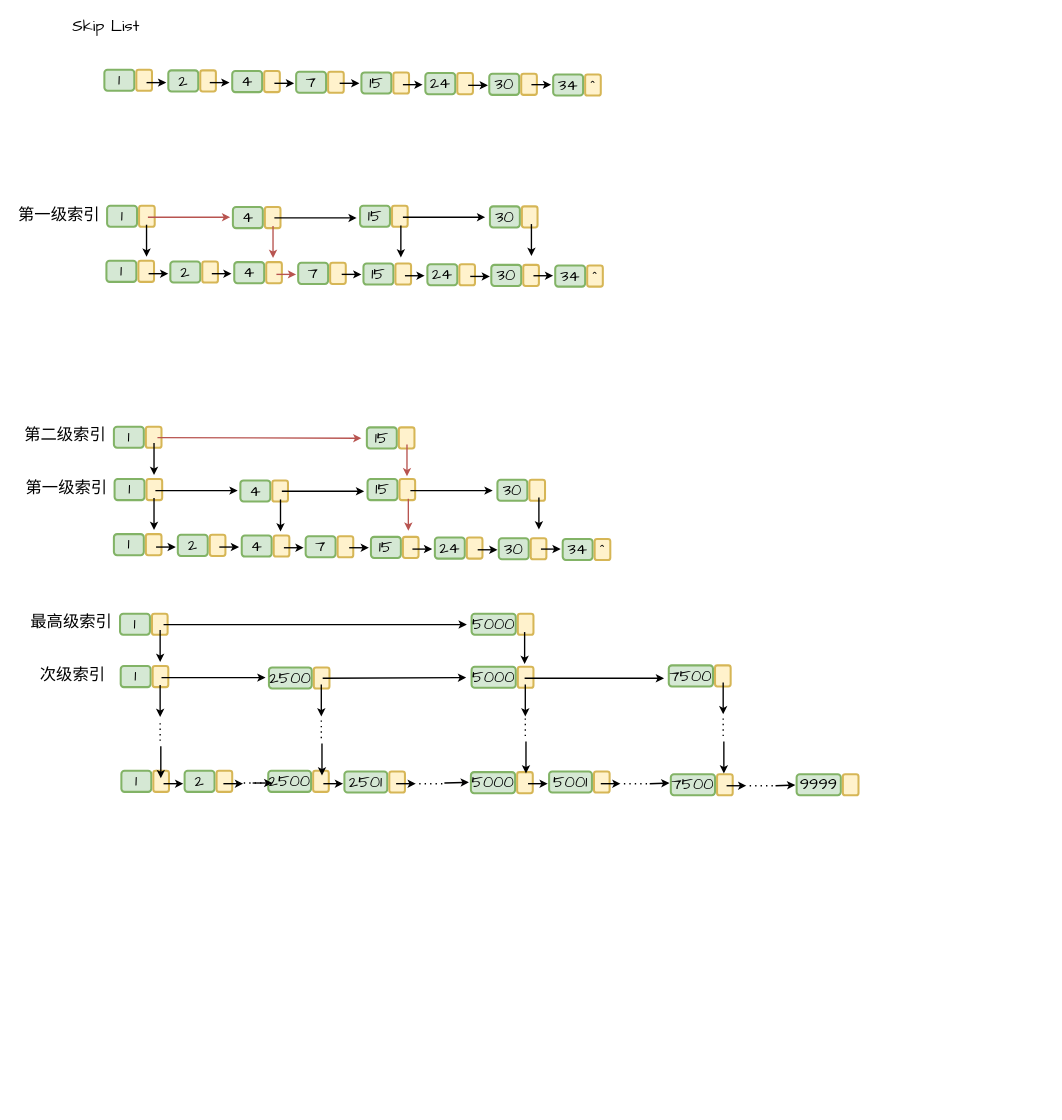
Above: paper.drawio in juruo-c/DrawIo (draw.io), before the change. Source tidied: cells renumbered, new cells numbered last; positions are measured from the earlier drawing's top-left corner, leaving out a move shared by most shapes. Both pictures are drawn from the tidied source at 68%, with x=0, y=0 at pixel (12, 12).
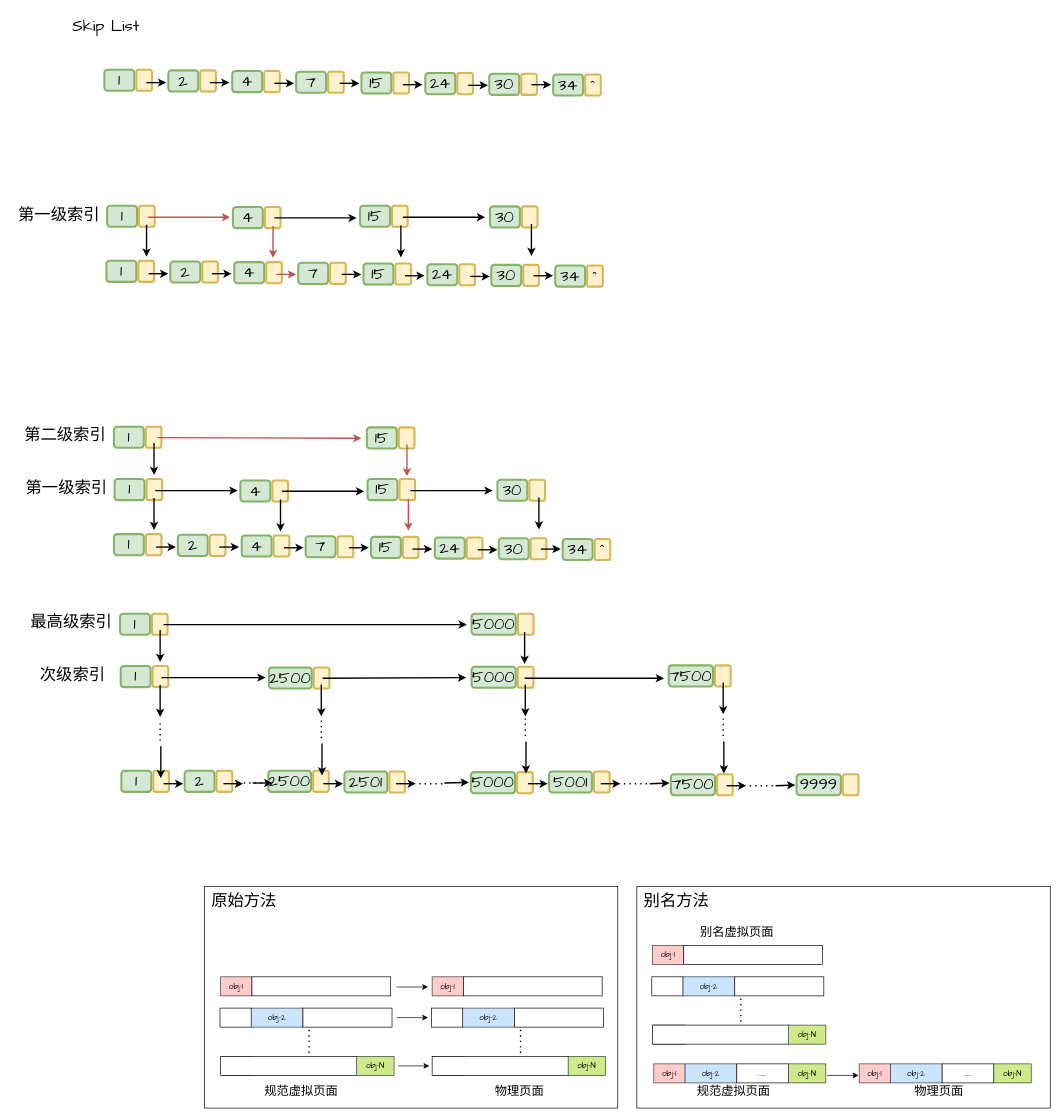
After the change.

Commit message:
alias page

Change to the diagram source:
```diff
@@
+    <mxCell id="175" style="rounded=0;whiteSpace=wrap;html=1;" parent="1" vertex="1">
+      <mxGeometry x="919" y="1286" width="608" height="326" as="geometry" />
+    </mxCell>
@@
+    <mxCell id="176" value="&lt;font face=&quot;Comic Sans MS&quot;&gt;obj-1&lt;/font&gt;" style="rounded=0;whiteSpace=wrap;html=1;fillColor=#ffcccc;strokeColor=#36393d;" parent="1" vertex="1">
+      <mxGeometry x="944" y="1547" width="46" height="28" as="geometry" />
+    </mxCell>
+    <mxCell id="177" value="&lt;font face=&quot;Comic Sans MS&quot;&gt;obj-2&lt;/font&gt;" style="rounded=0;whiteSpace=wrap;html=1;fillColor=#cce5ff;strokeColor=#36393d;" parent="1" vertex="1">
+      <mxGeometry x="990" y="1547" width="76" height="28" as="geometry" />
+    </mxCell>
+    <mxCell id="178" value="&lt;font face=&quot;Comic Sans MS&quot;&gt;.......&lt;/font&gt;" style="rounded=0;whiteSpace=wrap;html=1;" parent="1" vertex="1">
+      <mxGeometry x="1066" y="1547" width="76" height="28" as="geometry" />
+    </mxCell>
+    <mxCell id="179" value="&lt;font face=&quot;Comic Sans MS&quot;&gt;obj-N&lt;/font&gt;" style="rounded=0;whiteSpace=wrap;html=1;fillColor=#cdeb8b;strokeColor=#36393d;" parent="1" vertex="1">
+      <mxGeometry x="1142" y="1547" width="55" height="28" as="geometry" />
+    </mxCell>
+    <mxCell id="180" value="&lt;font face=&quot;Comic Sans MS&quot;&gt;&lt;span style=&quot;font-size: 24px;&quot;&gt;别名方法&lt;/span&gt;&lt;/font&gt;" style="text;html=1;align=center;verticalAlign=middle;strokeColor=none;fillColor=none;" parent="1" vertex="1">
+      <mxGeometry x="920" y="1287" width="114" height="41" as="geometry" />
+    </mxCell>
+    <mxCell id="181" value="&lt;font style=&quot;font-size: 18px;&quot; face=&quot;Comic Sans MS&quot;&gt;规范虚拟页面&lt;/font&gt;" style="text;html=1;align=center;verticalAlign=middle;strokeColor=none;fillColor=none;" parent="1" vertex="1">
+      <mxGeometry x="998" y="1571" width="126" height="34" as="geometry" />
+    </mxCell>
+    <mxCell id="182" value="&lt;font face=&quot;Comic Sans MS&quot;&gt;obj-1&lt;/font&gt;" style="rounded=0;whiteSpace=wrap;html=1;fillColor=#ffcccc;strokeColor=#36393d;" parent="1" vertex="1">
+      <mxGeometry x="1246" y="1547" width="46" height="28" as="geometry" />
+    </mxCell>
+    <mxCell id="183" value="&lt;font face=&quot;Comic Sans MS&quot;&gt;obj-2&lt;/font&gt;" style="rounded=0;whiteSpace=wrap;html=1;fillColor=#cce5ff;strokeColor=#36393d;" parent="1" vertex="1">
+      <mxGeometry x="1292" y="1547" width="76" height="28" as="geometry" />
+    </mxCell>
+    <mxCell id="184" value="&lt;font face=&quot;Comic Sans MS&quot;&gt;.......&lt;/font&gt;" style="rounded=0;whiteSpace=wrap;html=1;" parent="1" vertex="1">
+      <mxGeometry x="1368" y="1547" width="76" height="28" as="geometry" />
+    </mxCell>
+    <mxCell id="185" value="&lt;font face=&quot;Comic Sans MS&quot;&gt;obj-N&lt;/font&gt;" style="rounded=0;whiteSpace=wrap;html=1;fillColor=#cdeb8b;strokeColor=#36393d;" parent="1" vertex="1">
+      <mxGeometry x="1444" y="1547" width="55" height="28" as="geometry" />
+    </mxCell>
+    <mxCell id="186" value="&lt;font style=&quot;font-size: 18px;&quot; face=&quot;Comic Sans MS&quot;&gt;物理页面&lt;/font&gt;" style="text;html=1;align=center;verticalAlign=middle;strokeColor=none;fillColor=none;" parent="1" vertex="1">
+      <mxGeometry x="1318" y="1571" width="90" height="34" as="geometry" />
+    </mxCell>
+    <mxCell id="187" value="&lt;font face=&quot;Comic Sans MS&quot;&gt;obj-1&lt;/font&gt;" style="rounded=0;whiteSpace=wrap;html=1;fillColor=#ffcccc;strokeColor=#36393d;" parent="1" vertex="1">
+      <mxGeometry x="942" y="1373" width="46" height="28" as="geometry" />
+    </mxCell>
+    <mxCell id="188" style="rounded=0;whiteSpace=wrap;html=1;" parent="1" vertex="1">
+      <mxGeometry x="988" y="1373" width="204" height="28" as="geometry" />
+    </mxCell>
+    <mxCell id="189" value="&lt;font style=&quot;font-size: 18px;&quot; face=&quot;Comic Sans MS&quot;&gt;别名虚拟页面&lt;/font&gt;" style="text;html=1;align=center;verticalAlign=middle;strokeColor=none;fillColor=none;" parent="1" vertex="1">
+      <mxGeometry x="1003" y="1337" width="126" height="34" as="geometry" />
+    </mxCell>
+    <mxCell id="190" style="rounded=0;whiteSpace=wrap;html=1;" parent="1" vertex="1">
+      <mxGeometry x="941" y="1419" width="46" height="28" as="geometry" />
+    </mxCell>
+    <mxCell id="191" value="&lt;font face=&quot;Comic Sans MS&quot;&gt;obj-2&lt;/font&gt;" style="rounded=0;whiteSpace=wrap;html=1;fillColor=#cce5ff;strokeColor=#36393d;" parent="1" vertex="1">
+      <mxGeometry x="987" y="1419" width="76" height="28" as="geometry" />
+    </mxCell>
+    <mxCell id="192" style="rounded=0;whiteSpace=wrap;html=1;" parent="1" vertex="1">
+      <mxGeometry x="1063" y="1419" width="131" height="28" as="geometry" />
+    </mxCell>
+    <mxCell id="193" style="rounded=0;whiteSpace=wrap;html=1;" parent="1" vertex="1">
+      <mxGeometry x="944" y="1490" width="46" height="28" as="geometry" />
+    </mxCell>
+    <mxCell id="194" style="rounded=0;whiteSpace=wrap;html=1;" parent="1" vertex="1">
+      <mxGeometry x="942" y="1490" width="201" height="28" as="geometry" />
+    </mxCell>
+    <mxCell id="195" value="&lt;font face=&quot;Comic Sans MS&quot;&gt;obj-N&lt;/font&gt;" style="rounded=0;whiteSpace=wrap;html=1;fillColor=#cdeb8b;strokeColor=#36393d;" parent="1" vertex="1">
+      <mxGeometry x="1142" y="1490" width="55" height="28" as="geometry" />
+    </mxCell>
+    <mxCell id="196" style="endArrow=none;dashed=1;html=1;dashPattern=1 3;strokeWidth=2;rounded=0;" parent="1" edge="1">
+      <mxGeometry relative="1" as="geometry">
+        <mxPoint x="1072" y="1485" as="sourcePoint" />
+        <mxPoint x="1072" y="1448" as="targetPoint" />
+      </mxGeometry>
+    </mxCell>
+    <mxCell id="197" style="rounded=0;whiteSpace=wrap;html=1;" parent="1" vertex="1">
+      <mxGeometry x="283" y="1286" width="608" height="326" as="geometry" />
+    </mxCell>
+    <mxCell id="198" value="&lt;font face=&quot;Comic Sans MS&quot;&gt;&lt;span style=&quot;font-size: 24px;&quot;&gt;原始方法&lt;/span&gt;&lt;/font&gt;" style="text;html=1;align=center;verticalAlign=middle;strokeColor=none;fillColor=none;" parent="1" vertex="1">
+      <mxGeometry x="284" y="1287" width="114" height="41" as="geometry" />
+    </mxCell>
+    <mxCell id="199" value="&lt;font style=&quot;font-size: 18px;&quot; face=&quot;Comic Sans MS&quot;&gt;规范虚拟页面&lt;/font&gt;" style="text;html=1;align=center;verticalAlign=middle;strokeColor=none;fillColor=none;" parent="1" vertex="1">
+      <mxGeometry x="362" y="1571" width="126" height="34" as="geometry" />
+    </mxCell>
+    <mxCell id="200" value="&lt;font style=&quot;font-size: 18px;&quot; face=&quot;Comic Sans MS&quot;&gt;物理页面&lt;/font&gt;" style="text;html=1;align=center;verticalAlign=middle;strokeColor=none;fillColor=none;" parent="1" vertex="1">
+      <mxGeometry x="701" y="1570" width="90" height="34" as="geometry" />
+    </mxCell>
+    <mxCell id="201" value="&lt;font face=&quot;Comic Sans MS&quot;&gt;obj-1&lt;/font&gt;" style="rounded=0;whiteSpace=wrap;html=1;fillColor=#ffcccc;strokeColor=#36393d;" parent="1" vertex="1">
+      <mxGeometry x="307" y="1419" width="46" height="28" as="geometry" />
+    </mxCell>
+    <mxCell id="202" style="rounded=0;whiteSpace=wrap;html=1;" parent="1" vertex="1">
+      <mxGeometry x="353" y="1419" width="204" height="28" as="geometry" />
+    </mxCell>
+    <mxCell id="203" style="rounded=0;whiteSpace=wrap;html=1;" parent="1" vertex="1">
+      <mxGeometry x="306" y="1465" width="46" height="28" as="geometry" />
+    </mxCell>
+    <mxCell id="204" value="&lt;font face=&quot;Comic Sans MS&quot;&gt;obj-2&lt;/font&gt;" style="rounded=0;whiteSpace=wrap;html=1;fillColor=#cce5ff;strokeColor=#36393d;" parent="1" vertex="1">
+      <mxGeometry x="352" y="1465" width="76" height="28" as="geometry" />
+    </mxCell>
+    <mxCell id="205" style="rounded=0;whiteSpace=wrap;html=1;" parent="1" vertex="1">
+      <mxGeometry x="428" y="1465" width="131" height="28" as="geometry" />
+    </mxCell>
+    <mxCell id="206" style="rounded=0;whiteSpace=wrap;html=1;" parent="1" vertex="1">
+      <mxGeometry x="309" y="1536" width="46" height="28" as="geometry" />
+    </mxCell>
+    <mxCell id="207" style="rounded=0;whiteSpace=wrap;html=1;" parent="1" vertex="1">
+      <mxGeometry x="307" y="1536" width="201" height="28" as="geometry" />
+    </mxCell>
+    <mxCell id="208" value="&lt;font face=&quot;Comic Sans MS&quot;&gt;obj-N&lt;/font&gt;" style="rounded=0;whiteSpace=wrap;html=1;fillColor=#cdeb8b;strokeColor=#36393d;" parent="1" vertex="1">
+      <mxGeometry x="507" y="1536" width="55" height="28" as="geometry" />
+    </mxCell>
+    <mxCell id="209" style="endArrow=none;dashed=1;html=1;dashPattern=1 3;strokeWidth=2;rounded=0;" parent="1" edge="1">
+      <mxGeometry relative="1" as="geometry">
+        <mxPoint x="437" y="1531" as="sourcePoint" />
+        <mxPoint x="437" y="1494" as="targetPoint" />
+      </mxGeometry>
+    </mxCell>
+    <mxCell id="210" value="&lt;font face=&quot;Comic Sans MS&quot;&gt;obj-1&lt;/font&gt;" style="rounded=0;whiteSpace=wrap;html=1;fillColor=#ffcccc;strokeColor=#36393d;" parent="1" vertex="1">
+      <mxGeometry x="618" y="1419" width="46" height="28" as="geometry" />
+    </mxCell>
+    <mxCell id="211" style="rounded=0;whiteSpace=wrap;html=1;" parent="1" vertex="1">
+      <mxGeometry x="664" y="1419" width="204" height="28" as="geometry" />
+    </mxCell>
+    <mxCell id="212" style="rounded=0;whiteSpace=wrap;html=1;" parent="1" vertex="1">
+      <mxGeometry x="617" y="1465" width="46" height="28" as="geometry" />
+    </mxCell>
+    <mxCell id="213" value="&lt;font face=&quot;Comic Sans MS&quot;&gt;obj-2&lt;/font&gt;" style="rounded=0;whiteSpace=wrap;html=1;fillColor=#cce5ff;strokeColor=#36393d;" parent="1" vertex="1">
+      <mxGeometry x="663" y="1465" width="76" height="28" as="geometry" />
+    </mxCell>
+    <mxCell id="214" style="rounded=0;whiteSpace=wrap;html=1;" parent="1" vertex="1">
+      <mxGeometry x="739" y="1465" width="131" height="28" as="geometry" />
+    </mxCell>
+    <mxCell id="215" style="rounded=0;whiteSpace=wrap;html=1;" parent="1" vertex="1">
+      <mxGeometry x="620" y="1536" width="46" height="28" as="geometry" />
+    </mxCell>
+    <mxCell id="216" style="rounded=0;whiteSpace=wrap;html=1;" parent="1" vertex="1">
+      <mxGeometry x="618" y="1536" width="201" height="28" as="geometry" />
+    </mxCell>
+    <mxCell id="217" value="&lt;font face=&quot;Comic Sans MS&quot;&gt;obj-N&lt;/font&gt;" style="rounded=0;whiteSpace=wrap;html=1;fillColor=#cdeb8b;strokeColor=#36393d;" parent="1" vertex="1">
+      <mxGeometry x="818" y="1536" width="55" height="28" as="geometry" />
+    </mxCell>
+    <mxCell id="218" style="endArrow=none;dashed=1;html=1;dashPattern=1 3;strokeWidth=2;rounded=0;" parent="1" edge="1">
+      <mxGeometry relative="1" as="geometry">
+        <mxPoint x="748" y="1531" as="sourcePoint" />
+        <mxPoint x="748" y="1494" as="targetPoint" />
+      </mxGeometry>
+    </mxCell>
+    <mxCell id="219" style="endArrow=classic;html=1;rounded=0;" parent="1" edge="1">
+      <mxGeometry relative="1" as="geometry">
+        <mxPoint x="1199" y="1564" as="sourcePoint" />
+        <mxPoint x="1245" y="1564" as="targetPoint" />
+      </mxGeometry>
+    </mxCell>
+    <mxCell id="220" style="endArrow=classic;html=1;rounded=0;" parent="1" edge="1">
+      <mxGeometry relative="1" as="geometry">
+        <mxPoint x="568" y="1550" as="sourcePoint" />
+        <mxPoint x="614" y="1550" as="targetPoint" />
+      </mxGeometry>
+    </mxCell>
+    <mxCell id="221" style="endArrow=classic;html=1;rounded=0;" parent="1" edge="1">
+      <mxGeometry relative="1" as="geometry">
+        <mxPoint x="566" y="1479" as="sourcePoint" />
+        <mxPoint x="612" y="1479" as="targetPoint" />
+      </mxGeometry>
+    </mxCell>
+    <mxCell id="222" style="endArrow=classic;html=1;rounded=0;" parent="1" edge="1">
+      <mxGeometry relative="1" as="geometry">
+        <mxPoint x="566" y="1434" as="sourcePoint" />
+        <mxPoint x="612" y="1434" as="targetPoint" />
+      </mxGeometry>
+    </mxCell>
```
